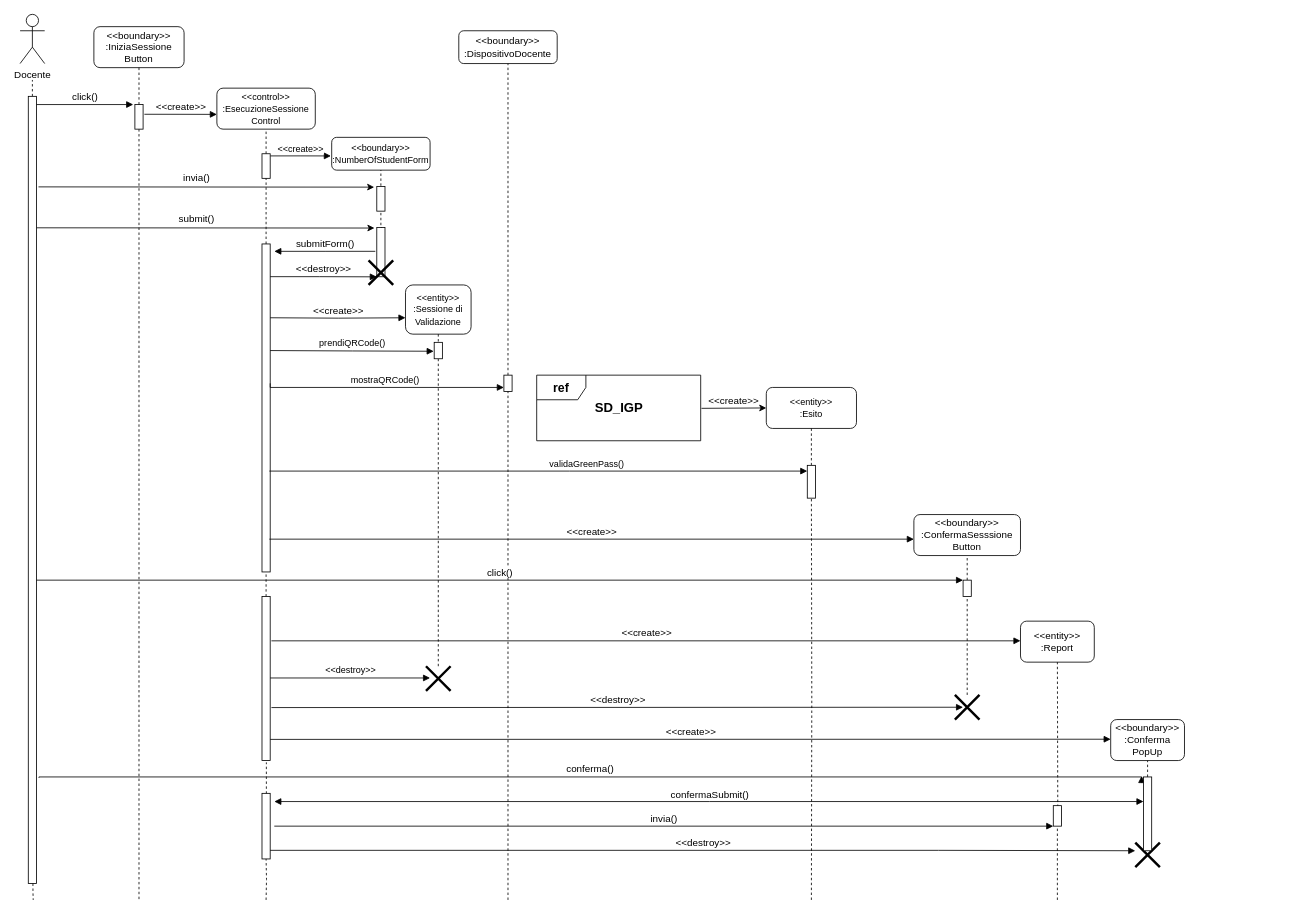
Before: Documentazione/Resources/Sequence Diagram ExecuteSession.drawio in Alberto-00/EasyPass, a draw.io diagram. Source tidied: cells renumbered, new cells numbered last; positions are measured from the earlier drawing's top-left corner, leaving out a move shared by most shapes. Both pictures are drawn from the tidied source at 82%, with x=0, y=0 at pixel (20, 14).
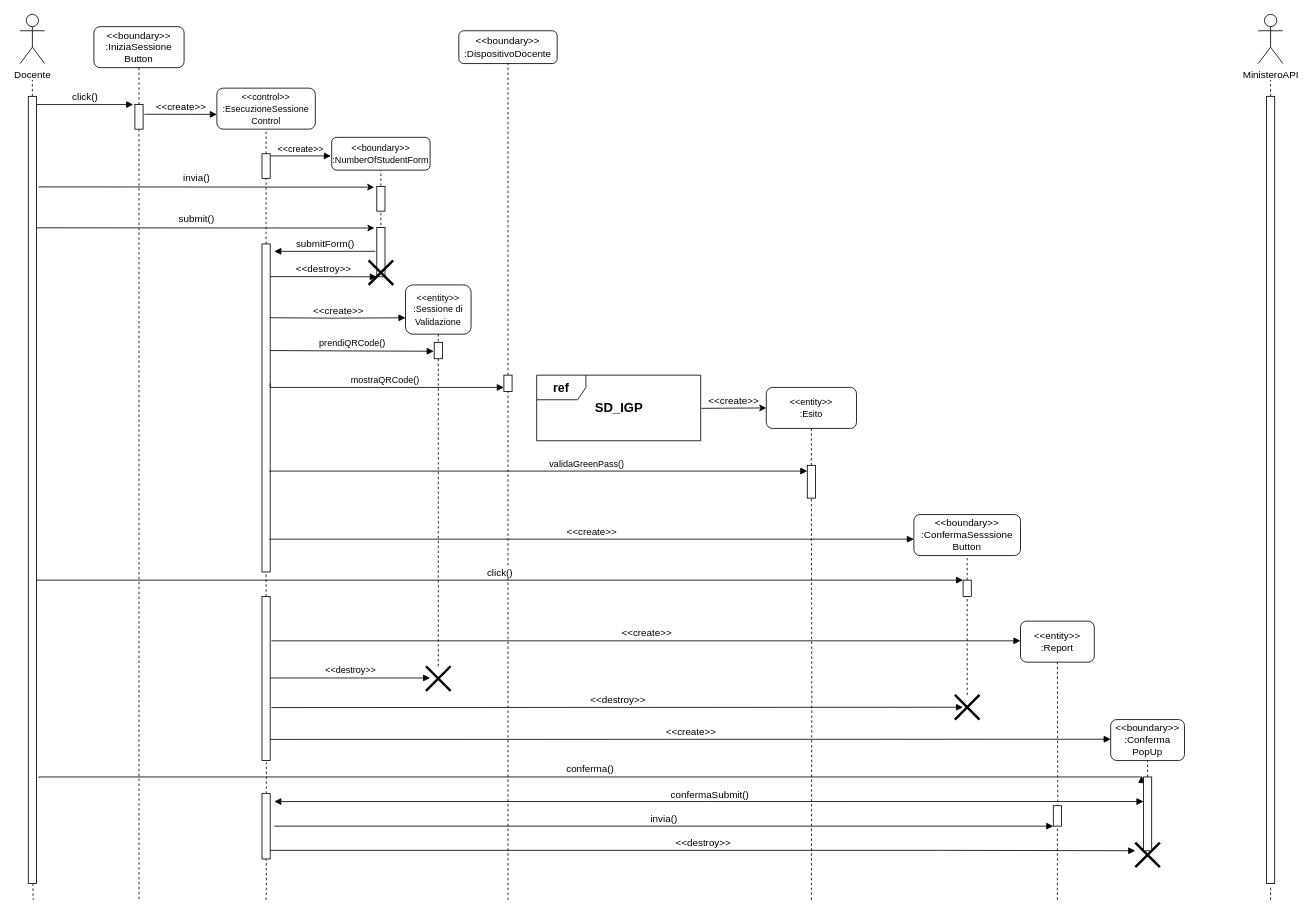
Above is the later version.

Change to the diagram source:
```diff
@@
+    <mxCell id="77" value="MinisteroAPI" style="shape=umlActor;verticalLabelPosition=bottom;verticalAlign=top;html=1;" parent="1" vertex="1">
+      <mxGeometry x="1510" width="30" height="60" as="geometry" />
+    </mxCell>
+    <mxCell id="78" style="endArrow=none;dashed=1;html=1;rounded=0;edgeStyle=orthogonalEdgeStyle;startArrow=none;" parent="1" edge="1" source="79">
+      <mxGeometry relative="1" as="geometry">
+        <mxPoint x="1525" y="80" as="targetPoint" />
+        <Array as="points">
+          <mxPoint x="1525" y="100" />
+          <mxPoint x="1525" y="100" />
+        </Array>
+      </mxGeometry>
+    </mxCell>
+    <mxCell id="79" style="html=1;points=[];perimeter=orthogonalPerimeter;" parent="1" vertex="1">
+      <mxGeometry x="1520" y="100" width="10" height="960" as="geometry" />
+    </mxCell>
+    <mxCell id="80" style="endArrow=none;dashed=1;html=1;rounded=0;entryX=0.5;entryY=1.004;entryDx=0;entryDy=0;entryPerimeter=0;" parent="1" edge="1" target="79">
+      <mxGeometry relative="1" as="geometry">
+        <mxPoint x="1525" y="1080" as="sourcePoint" />
+      </mxGeometry>
+    </mxCell>
```
